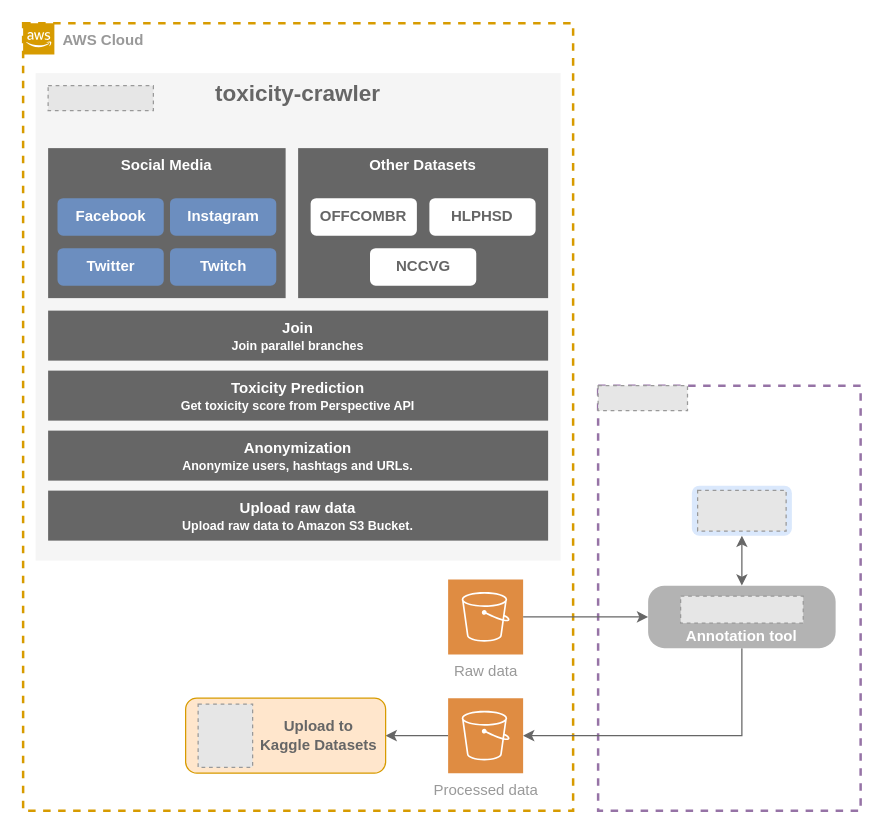
DougTrajano/ToChiquinho keeps this draw.io diagram as page "ingestion_pipeline" (5 of 6) of docs/diagrams/diagrams.drawio. Above is the earlier version. Source tidied: cells renumbered, new cells numbered last; positions are measured from the earlier drawing's top-left corner, leaving out a move shared by most shapes. Both pictures are drawn from the tidied source at 125%, with x=0, y=0 at pixel (22, 22). Pictures stored in the file or linked from it are replaced by grey dashed boxes.
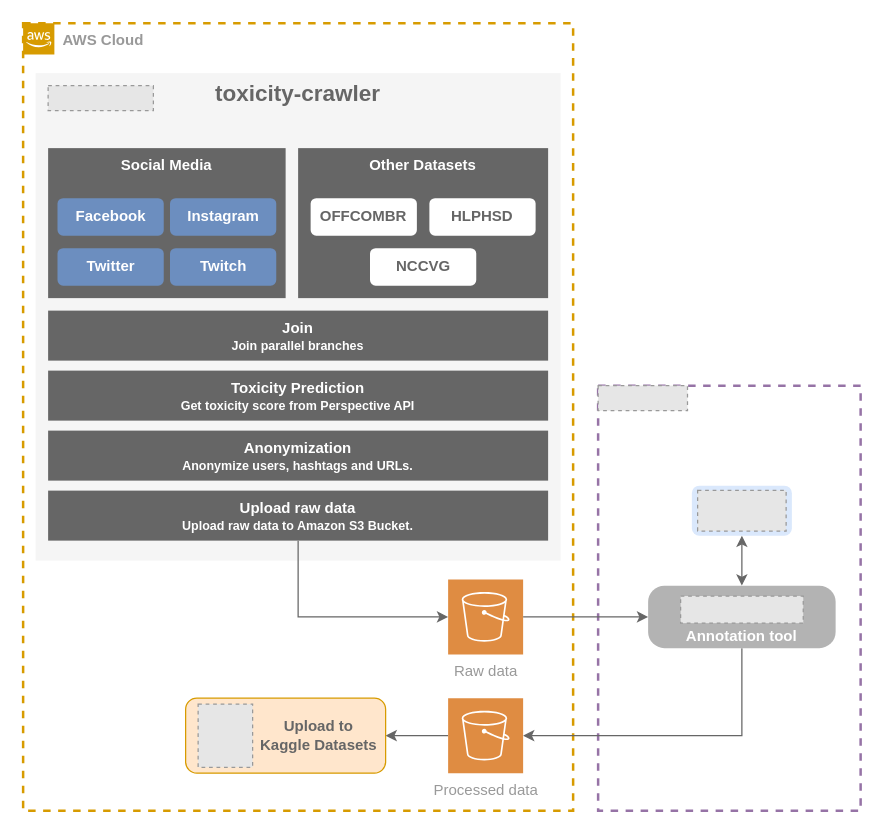
Above is the later version.

The change refers to these unchanged cells:
```xml
<mxCell id="6" value="Raw data" style="shadow=0;dashed=0;html=1;strokeColor=none;fillColor=#DF8C42;labelPosition=center;verticalLabelPosition=bottom;verticalAlign=top;align=center;outlineConnect=0;shape=mxgraph.veeam2.aws_s3;fontColor=#999999;" parent="1" vertex="1">
  <mxGeometry x="340" y="445" width="60" height="60" as="geometry" />
</mxCell>
<mxCell id="34" value="Upload raw data&lt;br&gt;&lt;font style=&quot;font-size: 10px&quot;&gt;Upload raw data to Amazon S3 Bucket.&lt;/font&gt;" style="rounded=0;whiteSpace=wrap;html=1;fillColor=#666666;fontColor=#FFFFFF;strokeColor=none;verticalAlign=top;fontStyle=1;" parent="1" vertex="1">
  <mxGeometry x="20" y="374" width="400" height="40" as="geometry" />
</mxCell>
```

The edit, as a diff of the source:
```diff
@@
+    <mxCell id="35" style="edgeStyle=orthogonalEdgeStyle;rounded=0;jettySize=auto;html=1;exitX=0.5;exitY=1;exitDx=0;exitDy=0;fillColor=#f5f5f5;strokeColor=#666666;" parent="1" edge="1" source="34" target="6">
+      <mxGeometry relative="1" as="geometry">
+        <Array as="points">
+          <mxPoint x="220" y="475" />
+        </Array>
+      </mxGeometry>
+    </mxCell>
```
